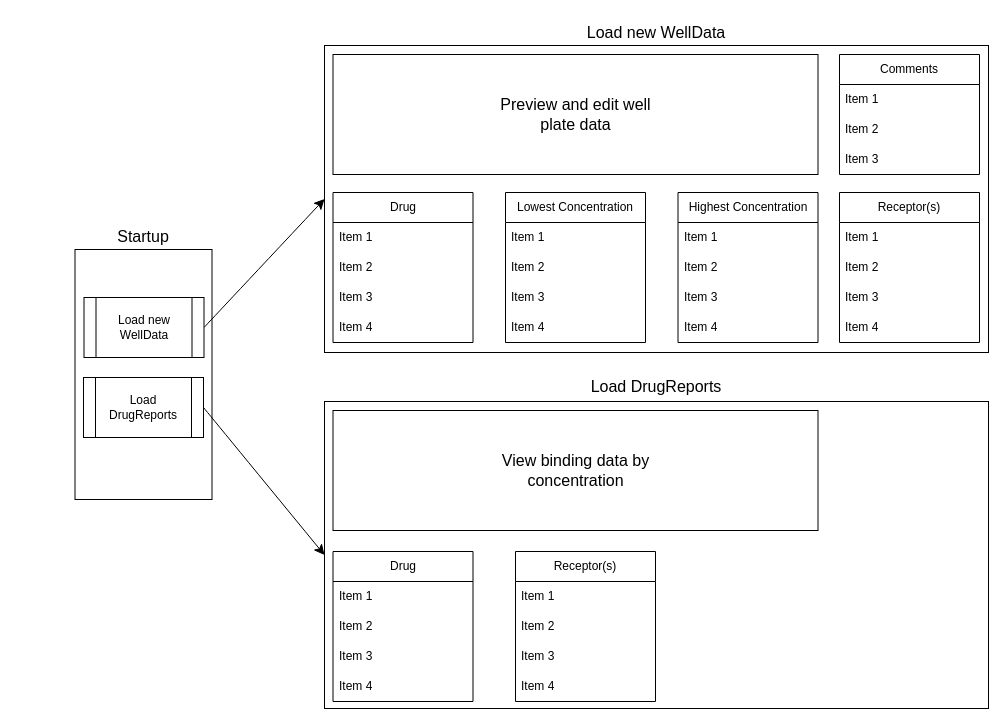
low-bart/pharmacodynamics keeps this draw.io diagram as bindingApp.drawio. Above is the earlier version. Source tidied: cells renumbered, new cells numbered last; positions are measured from the earlier drawing's top-left corner, leaving out a move shared by most shapes. Both pictures are drawn from the tidied source at 100%, with x=0, y=0 at pixel (17, 17).
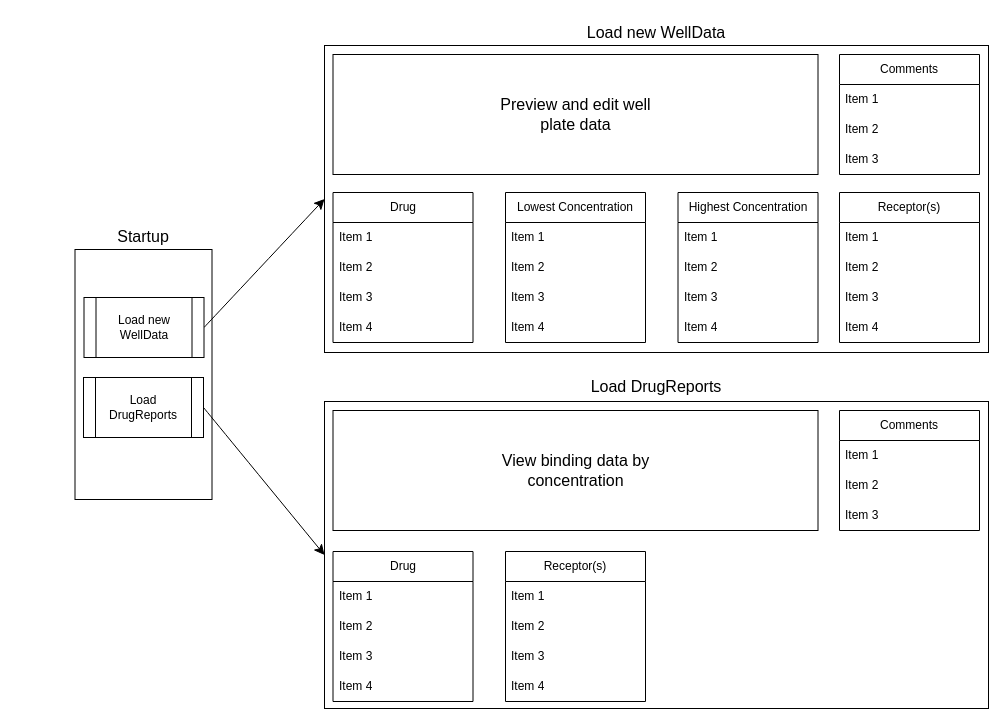
The same page after the edit.

Change to the diagram source:
```diff
@@
     <mxCell id="42" value="Receptor(s)" style="swimlane;fontStyle=0;horizontal=1;startSize=30;whiteSpace=wrap;html=1;" parent="1" vertex="1">
-      <mxGeometry x="498" y="534" width="140" height="150" as="geometry" />
+      <mxGeometry x="488" y="534" width="140" height="150" as="geometry" />
     </mxCell>
@@
+    <mxCell id="50" value="Comments" style="swimlane;fontStyle=0;horizontal=1;startSize=30;whiteSpace=wrap;html=1;" parent="1" vertex="1">
+      <mxGeometry x="822" y="393" width="140" height="120" as="geometry" />
+    </mxCell>
+    <mxCell id="51" value="Item 1" style="text;strokeColor=none;fillColor=none;align=left;verticalAlign=middle;spacingLeft=4;spacingRight=4;overflow=hidden;whiteSpace=wrap;html=1;" parent="50" vertex="1">
+      <mxGeometry y="30" width="140" height="30" as="geometry" />
+    </mxCell>
+    <mxCell id="52" value="Item 2" style="text;strokeColor=none;fillColor=none;align=left;verticalAlign=middle;spacingLeft=4;spacingRight=4;overflow=hidden;whiteSpace=wrap;html=1;" parent="50" vertex="1">
+      <mxGeometry y="60" width="140" height="30" as="geometry" />
+    </mxCell>
+    <mxCell id="53" value="Item 3" style="text;strokeColor=none;fillColor=none;align=left;verticalAlign=middle;spacingLeft=4;spacingRight=4;overflow=hidden;whiteSpace=wrap;html=1;" parent="50" vertex="1">
+      <mxGeometry y="90" width="140" height="30" as="geometry" />
+    </mxCell>
```
